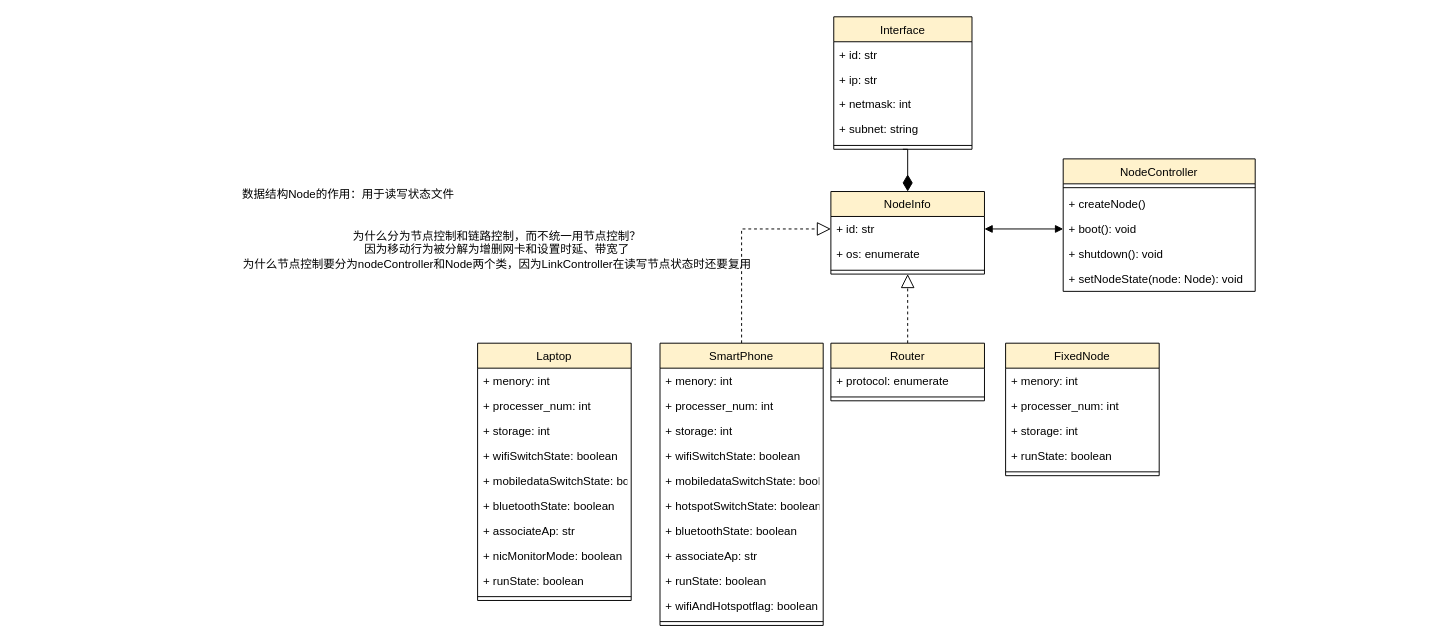
This is page "类图_节点控制模块" (7 of 11) of 仿真功能模块UML类图.drawio from Icarus1994/neutron_conf, a draw.io file, before an edit. Source tidied: cells renumbered, new cells numbered last; positions are measured from the earlier drawing's top-left corner, leaving out a move shared by most shapes. Both pictures are drawn from the tidied source at 96%, with x=0, y=0 at pixel (232, 16).
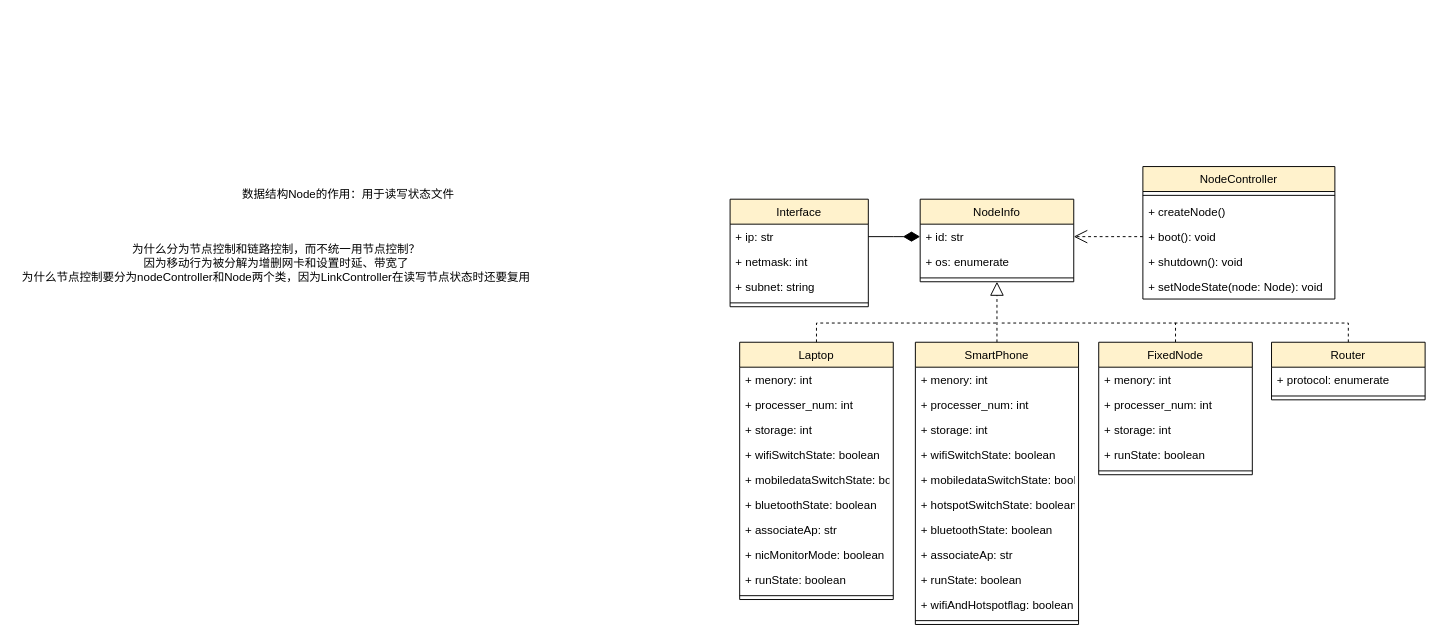
The same page after the edit.

Unchanged cells that the change refers to:
```xml
<mxCell id="53" value="+ boot(): void " style="text;strokeColor=none;fillColor=none;align=left;verticalAlign=top;spacingLeft=4;spacingRight=4;overflow=hidden;points=[[0,0.5],[1,0.5]];portConstraint=eastwest;" parent="50" vertex="1">
  <mxGeometry y="60" width="200" height="26" as="geometry" />
</mxCell>
```

Diff of the diagram source:
```diff
@@
-    <mxCell id="2" style="endArrow=diamondThin;endFill=1;endSize=15;html=1;entryX=0.5;entryY=0;entryDx=0;entryDy=0;exitX=0.5;exitY=1;exitDx=0;exitDy=0;edgeStyle=elbowEdgeStyle;rounded=0;startSize=5;jumpSize=6;strokeWidth=1;" parent="1" edge="1" source="12" target="5">
+    <mxCell id="2" style="endArrow=diamondThin;endFill=1;endSize=15;html=1;entryX=0;entryY=0.5;entryDx=0;entryDy=0;exitX=1;exitY=0.5;exitDx=0;exitDy=0;edgeStyle=elbowEdgeStyle;rounded=0;startSize=5;jumpSize=6;strokeWidth=1;" parent="1" edge="1" source="14" target="6">
       <mxGeometry relative="1" as="geometry">
         <Array as="points">
-          <mxPoint x="703" y="137" />
+          <mxPoint x="688" y="219" />
         </Array>
       </mxGeometry>
     </mxCell>
-    <mxCell id="3" style="endArrow=block;dashed=1;endFill=0;endSize=12;html=1;exitX=0.5;exitY=0;exitDx=0;exitDy=0;edgeStyle=orthogonalEdgeStyle;elbow=vertical;rounded=0;entryX=0;entryY=0.5;entryDx=0;entryDy=0;" parent="1" edge="1" source="18" target="6">
-      <mxGeometry relative="1" as="geometry" />
-    </mxCell>
-    <mxCell id="4" style="endArrow=block;dashed=1;endFill=0;endSize=12;html=1;exitX=0.5;exitY=0;exitDx=0;exitDy=0;edgeStyle=orthogonalEdgeStyle;rounded=0;" parent="1" edge="1" source="9">
-      <mxGeometry relative="1" as="geometry">
-        <mxPoint x="703" y="268" as="targetPoint" />
-        <Array as="points">
-          <mxPoint x="703" y="340" />
-        </Array>
-      </mxGeometry>
-    </mxCell>
-    <mxCell id="5" value="NodeInfo" style="swimlane;fontStyle=0;align=center;verticalAlign=top;horizontal=1;startSize=26;fillColor=#fff2cc;strokeColor=#000000;" parent="1" vertex="1">
-      <mxGeometry x="623" y="182" width="160" height="86" as="geometry" />
-    </mxCell>
-    <mxCell id="6" value="+ id: str" style="text;strokeColor=none;fillColor=none;align=left;verticalAlign=top;spacingLeft=4;spacingRight=4;overflow=hidden;points=[[0,0.5],[1,0.5]];portConstraint=eastwest;" parent="5" vertex="1">
-      <mxGeometry y="26" width="160" height="26" as="geometry" />
-    </mxCell>
-    <mxCell id="7" value="+ os: enumerate" style="text;strokeColor=none;fillColor=none;align=left;verticalAlign=top;spacingLeft=4;spacingRight=4;overflow=hidden;" parent="5" vertex="1">
-      <mxGeometry y="52" width="160" height="26" as="geometry" />
-    </mxCell>
-    <mxCell id="8" style="line;strokeWidth=1;fillColor=none;align=left;verticalAlign=middle;spacingTop=-1;spacingLeft=3;spacingRight=3;labelPosition=right;" parent="5" vertex="1">
-      <mxGeometry y="78" width="160" height="8" as="geometry" />
-    </mxCell>
-    <mxCell id="9" value="Router" style="swimlane;fontStyle=0;align=center;verticalAlign=top;horizontal=1;startSize=26;fillColor=#fff2cc;strokeColor=#000000;" parent="1" vertex="1">
-      <mxGeometry x="623" y="340" width="160" height="60" as="geometry" />
-    </mxCell>
-    <mxCell id="10" value="+ protocol: enumerate&#10; " style="text;strokeColor=none;fillColor=none;align=left;verticalAlign=top;spacingLeft=4;spacingRight=4;overflow=hidden;" parent="9" vertex="1">
-      <mxGeometry y="26" width="160" height="26" as="geometry" />
-    </mxCell>
-    <mxCell id="11" style="line;strokeWidth=1;fillColor=none;align=left;verticalAlign=middle;spacingTop=-1;spacingLeft=3;spacingRight=3;labelPosition=right;" parent="9" vertex="1">
-      <mxGeometry y="52" width="160" height="8" as="geometry" />
-    </mxCell>
+    <mxCell id="47" value="数据结构Node的作用：用于读写状态文件" style="text;html=1;align=center;verticalAlign=middle;" parent="1" vertex="1">
+      <mxGeometry y="175" width="240" height="20" as="geometry" />
+    </mxCell>
+    <mxCell id="48" value="为什么分为节点控制和链路控制，而不统一用节点控制？&lt;br&gt;因为移动行为被分解为增删网卡和设置时延、带宽了&lt;br&gt;为什么节点控制要分为nodeController和Node两个类，因为LinkController在读写节点状态时还要复用" style="text;html=1;align=center;verticalAlign=middle;" parent="1" vertex="1">
+      <mxGeometry x="-225" y="232" width="540" height="50" as="geometry" />
+    </mxCell>
+    <mxCell id="56" style="edgeStyle=elbowEdgeStyle;rounded=0;jettySize=auto;elbow=vertical;html=1;exitX=0.5;exitY=0;exitDx=0;exitDy=0;dashed=1;endArrow=none;" parent="1" edge="1" source="9">
+      <mxGeometry relative="1" as="geometry">
+        <mxPoint x="978" y="319" as="targetPoint" />
+        <Array as="points">
+          <mxPoint x="1108" y="319" />
+        </Array>
+      </mxGeometry>
+    </mxCell>
+    <mxCell id="57" style="edgeStyle=elbowEdgeStyle;rounded=0;jettySize=auto;elbow=vertical;html=1;exitX=0.5;exitY=0;exitDx=0;exitDy=0;dashed=1;endArrow=none;" parent="1" edge="1" source="41">
+      <mxGeometry relative="1" as="geometry">
+        <mxPoint x="798" y="319" as="targetPoint" />
+        <Array as="points">
+          <mxPoint x="918" y="319" />
+        </Array>
+      </mxGeometry>
+    </mxCell>
+    <mxCell id="58" style="endArrow=block;dashed=1;endFill=0;endSize=12;html=1;exitX=0.5;exitY=0;exitDx=0;exitDy=0;entryX=0.5;entryY=1;entryDx=0;entryDy=0;" parent="1" edge="1" source="18" target="5">
+      <mxGeometry relative="1" as="geometry" />
+    </mxCell>
+    <mxCell id="59" style="endArrow=none;dashed=1;html=1;exitX=0.5;exitY=0;exitDx=0;exitDy=0;edgeStyle=elbowEdgeStyle;elbow=vertical;rounded=0;" parent="1" edge="1" source="30">
+      <mxGeometry relative="1" as="geometry">
+        <mxPoint x="798" y="319" as="targetPoint" />
+        <Array as="points">
+          <mxPoint x="738" y="319" />
+        </Array>
+      </mxGeometry>
+    </mxCell>
     <mxCell id="12" value="Interface" style="swimlane;fontStyle=0;align=center;verticalAlign=top;horizontal=1;startSize=26;fillColor=#fff2cc;strokeColor=#000000;" parent="1" vertex="1">
-      <mxGeometry x="626" width="144" height="138" as="geometry" />
+      <mxGeometry x="518" y="190" width="144" height="112" as="geometry" />
     </mxCell>
-    <mxCell id="13" value="+ id: str" style="text;strokeColor=none;fillColor=none;align=left;verticalAlign=top;spacingLeft=4;spacingRight=4;overflow=hidden;" parent="12" vertex="1">
-      <mxGeometry y="26" width="144" height="26" as="geometry" />
-    </mxCell>
     <mxCell id="14" value="+ ip: str" style="text;strokeColor=none;fillColor=none;align=left;verticalAlign=top;spacingLeft=4;spacingRight=4;overflow=hidden;points=[[0,0.5],[1,0.5]];portConstraint=eastwest;" parent="12" vertex="1">
-      <mxGeometry y="52" width="144" height="26" as="geometry" />
+      <mxGeometry y="26" width="144" height="26" as="geometry" />
     </mxCell>
     <mxCell id="15" value="+ netmask: int" style="text;strokeColor=none;fillColor=none;align=left;verticalAlign=top;spacingLeft=4;spacingRight=4;overflow=hidden;" parent="12" vertex="1">
-      <mxGeometry y="78" width="144" height="26" as="geometry" />
+      <mxGeometry y="52" width="144" height="26" as="geometry" />
     </mxCell>
     <mxCell id="16" value="+ subnet: string" style="text;strokeColor=none;fillColor=none;align=left;verticalAlign=top;spacingLeft=4;spacingRight=4;overflow=hidden;" parent="12" vertex="1">
-      <mxGeometry y="104" width="144" height="26" as="geometry" />
+      <mxGeometry y="78" width="144" height="26" as="geometry" />
     </mxCell>
     <mxCell id="17" style="line;strokeWidth=1;fillColor=none;align=left;verticalAlign=middle;spacingTop=-1;spacingLeft=3;spacingRight=3;labelPosition=right;" parent="12" vertex="1">
-      <mxGeometry y="130" width="144" height="8" as="geometry" />
+      <mxGeometry y="104" width="144" height="8" as="geometry" />
     </mxCell>
     <mxCell id="18" value="SmartPhone" style="swimlane;fontStyle=0;align=center;verticalAlign=top;horizontal=1;startSize=26;fillColor=#fff2cc;strokeColor=#000000;" parent="1" vertex="1">
-      <mxGeometry x="445" y="340" width="170" height="294" as="geometry" />
+      <mxGeometry x="711" y="339" width="170" height="294" as="geometry" />
     </mxCell>
@@
     <mxCell id="30" value="Laptop" style="swimlane;fontStyle=0;align=center;verticalAlign=top;horizontal=1;startSize=26;fillColor=#fff2cc;strokeColor=#000000;" parent="1" vertex="1">
-      <mxGeometry x="255" y="340" width="160" height="268" as="geometry" />
+      <mxGeometry x="528" y="339" width="160" height="268" as="geometry" />
     </mxCell>
@@
+    <mxCell id="9" value="Router" style="swimlane;fontStyle=0;align=center;verticalAlign=top;horizontal=1;startSize=26;fillColor=#fff2cc;strokeColor=#000000;" parent="1" vertex="1">
+      <mxGeometry x="1082" y="339" width="160" height="60" as="geometry" />
+    </mxCell>
+    <mxCell id="10" value="+ protocol: enumerate&#10; " style="text;strokeColor=none;fillColor=none;align=left;verticalAlign=top;spacingLeft=4;spacingRight=4;overflow=hidden;" parent="9" vertex="1">
+      <mxGeometry y="26" width="160" height="26" as="geometry" />
+    </mxCell>
+    <mxCell id="11" style="line;strokeWidth=1;fillColor=none;align=left;verticalAlign=middle;spacingTop=-1;spacingLeft=3;spacingRight=3;labelPosition=right;" parent="9" vertex="1">
+      <mxGeometry y="52" width="160" height="8" as="geometry" />
+    </mxCell>
     <mxCell id="41" value="FixedNode" style="swimlane;fontStyle=0;align=center;verticalAlign=top;horizontal=1;startSize=26;fillColor=#fff2cc;strokeColor=#000000;" parent="1" vertex="1">
-      <mxGeometry x="805" y="340" width="160" height="138" as="geometry" />
+      <mxGeometry x="902" y="339" width="160" height="138" as="geometry" />
     </mxCell>
@@
-    <mxCell id="47" value="数据结构Node的作用：用于读写状态文件" style="text;html=1;align=center;verticalAlign=middle;" parent="1" vertex="1">
-      <mxGeometry y="175" width="240" height="20" as="geometry" />
-    </mxCell>
-    <mxCell id="48" value="为什么分为节点控制和链路控制，而不统一用节点控制？&lt;br&gt;因为移动行为被分解为增删网卡和设置时延、带宽了&lt;br&gt;为什么节点控制要分为nodeController和Node两个类，因为LinkController在读写节点状态时还要复用" style="text;html=1;align=center;verticalAlign=middle;" parent="1" vertex="1">
-      <mxGeometry x="5" y="218" width="540" height="50" as="geometry" />
-    </mxCell>
-    <mxCell id="49" style="endArrow=block;startArrow=block;endFill=1;startFill=1;html=1;entryX=0;entryY=0.5;entryDx=0;entryDy=0;exitX=1;exitY=0.5;exitDx=0;exitDy=0;" parent="1" edge="1" source="6" target="53">
-      <mxGeometry relative="1" as="geometry" />
-    </mxCell>
+    <mxCell id="5" value="NodeInfo" style="swimlane;fontStyle=0;align=center;verticalAlign=top;horizontal=1;startSize=26;fillColor=#fff2cc;strokeColor=#000000;" parent="1" vertex="1">
+      <mxGeometry x="716" y="190" width="160" height="86" as="geometry" />
+    </mxCell>
+    <mxCell id="6" value="+ id: str" style="text;strokeColor=none;fillColor=none;align=left;verticalAlign=top;spacingLeft=4;spacingRight=4;overflow=hidden;points=[[0,0.5],[1,0.5]];portConstraint=eastwest;" parent="5" vertex="1">
+      <mxGeometry y="26" width="160" height="26" as="geometry" />
+    </mxCell>
+    <mxCell id="7" value="+ os: enumerate" style="text;strokeColor=none;fillColor=none;align=left;verticalAlign=top;spacingLeft=4;spacingRight=4;overflow=hidden;" parent="5" vertex="1">
+      <mxGeometry y="52" width="160" height="26" as="geometry" />
+    </mxCell>
+    <mxCell id="8" style="line;strokeWidth=1;fillColor=none;align=left;verticalAlign=middle;spacingTop=-1;spacingLeft=3;spacingRight=3;labelPosition=right;" parent="5" vertex="1">
+      <mxGeometry y="78" width="160" height="8" as="geometry" />
+    </mxCell>
     <mxCell id="50" value="NodeController" style="swimlane;fontStyle=0;align=center;verticalAlign=top;horizontal=1;startSize=26;fillColor=#fff2cc;strokeColor=#000000;" parent="1" vertex="1">
-      <mxGeometry x="865" y="148" width="200" height="138" as="geometry" />
+      <mxGeometry x="948" y="156" width="200" height="138" as="geometry" />
     </mxCell>
@@
+    <mxCell id="60" style="endArrow=open;endSize=12;dashed=1;html=1;exitX=0;exitY=0.5;exitDx=0;exitDy=0;entryX=1;entryY=0.5;entryDx=0;entryDy=0;" parent="1" edge="1" source="53" target="6">
+      <mxGeometry relative="1" as="geometry" />
+    </mxCell>
```
